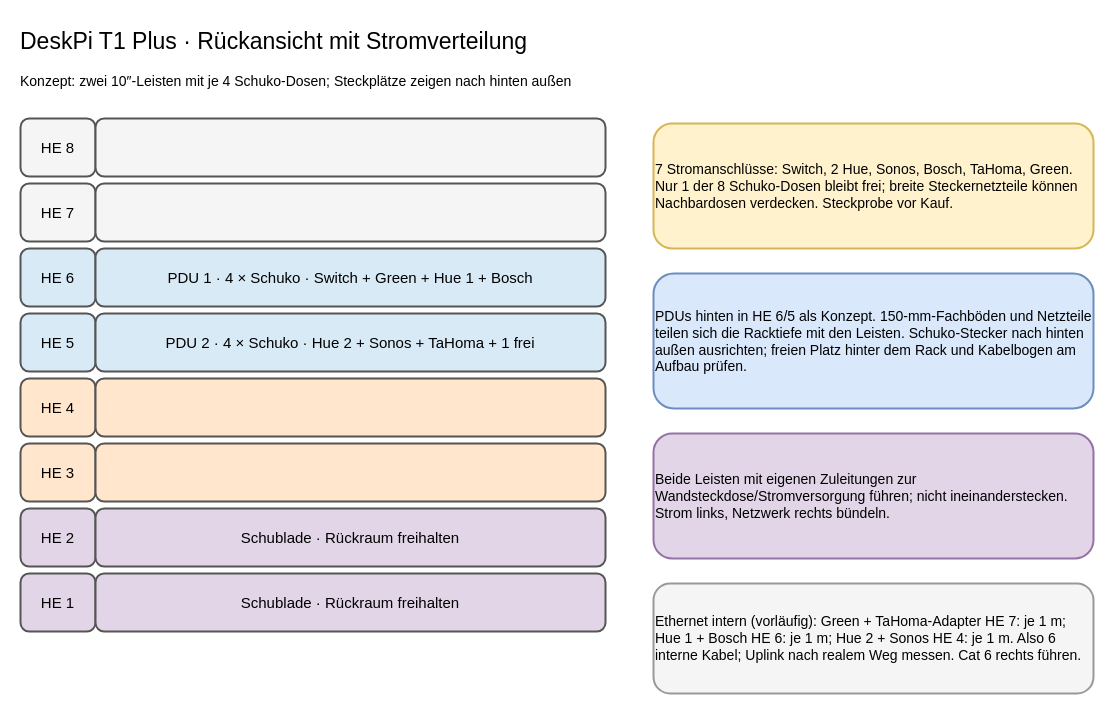
Above: page "DeskPi 8 HE – Rückseite" (3 of 4) of 10-zoll-rack-planung.drawio in tiptronic/diagrams (draw.io), before the change. Source tidied: cells renumbered, new cells numbered last; positions are measured from the earlier drawing's top-left corner, leaving out a move shared by most shapes. Both pictures are drawn from the tidied source at 100%, with x=0, y=0 at pixel (18, 18).
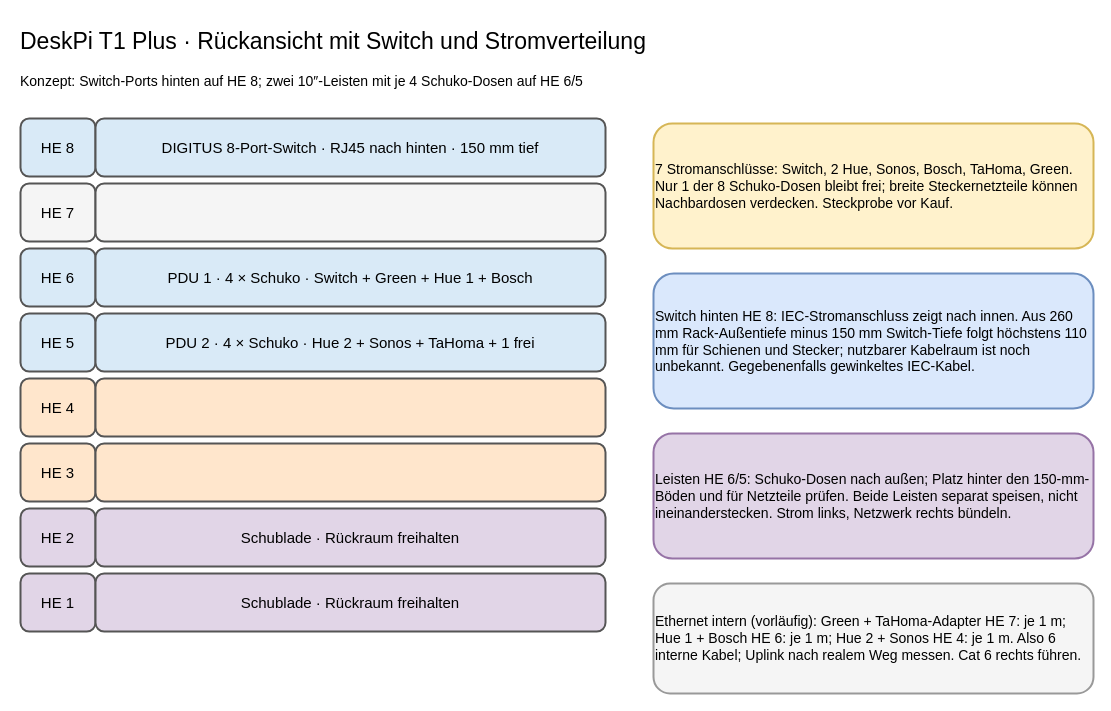
Above is the later version.

Commit message (it also covers changes not shown here):
Plan switch on rear rack rails

Change to the diagram source:
```diff
@@
-    <mxCell id="2" value="DeskPi T1 Plus · Rückansicht mit Stromverteilung" style="rounded=1;whiteSpace=wrap;html=1;align=left;verticalAlign=middle;strokeWidth=2;fontSize=23;fillColor=#ffffff;strokeColor=#ffffff;" parent="1" vertex="1">
+    <mxCell id="2" value="DeskPi T1 Plus · Rückansicht mit Switch und Stromverteilung" style="rounded=1;whiteSpace=wrap;html=1;align=left;verticalAlign=middle;strokeWidth=2;fontSize=23;fillColor=#ffffff;strokeColor=#ffffff;" parent="1" vertex="1">
       <mxGeometry width="1000" height="45" as="geometry" />
     </mxCell>
-    <mxCell id="3" value="Konzept: zwei 10″-Leisten mit je 4 Schuko-Dosen; Steckplätze zeigen nach hinten außen" style="rounded=1;whiteSpace=wrap;html=1;align=left;verticalAlign=middle;strokeWidth=2;fontSize=14;fillColor=#ffffff;strokeColor=#ffffff;" parent="1" vertex="1">
+    <mxCell id="3" value="Konzept: Switch-Ports hinten auf HE 8; zwei 10″-Leisten mit je 4 Schuko-Dosen auf HE 6/5" style="rounded=1;whiteSpace=wrap;html=1;align=left;verticalAlign=middle;strokeWidth=2;fontSize=14;fillColor=#ffffff;strokeColor=#ffffff;" parent="1" vertex="1">
       <mxGeometry y="48" width="1000" height="30" as="geometry" />
     </mxCell>
-    <mxCell id="4" value="HE 8" style="rounded=1;whiteSpace=wrap;html=1;align=center;verticalAlign=middle;strokeWidth=2;fontSize=15;fillColor=#f5f5f5;strokeColor=#555555;" parent="1" vertex="1">
+    <mxCell id="4" value="HE 8" style="rounded=1;whiteSpace=wrap;html=1;align=center;verticalAlign=middle;strokeWidth=2;fontSize=15;fillColor=#d9eaf7;strokeColor=#555555;" parent="1" vertex="1">
       <mxGeometry x="2" y="100" width="75" height="58" as="geometry" />
     </mxCell>
-    <mxCell id="5" style="rounded=1;whiteSpace=wrap;html=1;align=center;verticalAlign=middle;strokeWidth=2;fontSize=15;fillColor=#f5f5f5;strokeColor=#555555;" parent="1" vertex="1">
+    <mxCell id="5" value="DIGITUS 8-Port-Switch · RJ45 nach hinten · 150 mm tief" style="rounded=1;whiteSpace=wrap;html=1;align=center;verticalAlign=middle;strokeWidth=2;fontSize=15;fillColor=#d9eaf7;strokeColor=#555555;" parent="1" vertex="1">
       <mxGeometry x="77" y="100" width="510" height="58" as="geometry" />
     </mxCell>
@@
-    <mxCell id="21" value="PDUs hinten in HE 6/5 als Konzept. 150-mm-Fachböden und Netzteile teilen sich die Racktiefe mit den Leisten. Schuko-Stecker nach hinten außen ausrichten; freien Platz hinter dem Rack und Kabelbogen am Aufbau prüfen." style="rounded=1;whiteSpace=wrap;html=1;align=left;verticalAlign=middle;strokeWidth=2;fontSize=14;fillColor=#dae8fc;strokeColor=#6c8ebf;" parent="1" vertex="1">
+    <mxCell id="21" value="Switch hinten HE 8: IEC-Stromanschluss zeigt nach innen. Aus 260 mm Rack-Außentiefe minus 150 mm Switch-Tiefe folgt höchstens 110 mm für Schienen und Stecker; nutzbarer Kabelraum ist noch unbekannt. Gegebenenfalls gewinkeltes IEC-Kabel." style="rounded=1;whiteSpace=wrap;html=1;align=left;verticalAlign=middle;strokeWidth=2;fontSize=14;fillColor=#dae8fc;strokeColor=#6c8ebf;" parent="1" vertex="1">
       <mxGeometry x="635" y="255" width="440" height="135" as="geometry" />
     </mxCell>
-    <mxCell id="22" value="Beide Leisten mit eigenen Zuleitungen zur Wandsteckdose/Stromversorgung führen; nicht ineinanderstecken. Strom links, Netzwerk rechts bündeln." style="rounded=1;whiteSpace=wrap;html=1;align=left;verticalAlign=middle;strokeWidth=2;fontSize=14;fillColor=#e1d5e7;strokeColor=#9673a6;" parent="1" vertex="1">
+    <mxCell id="22" value="Leisten HE 6/5: Schuko-Dosen nach außen; Platz hinter den 150-mm-Böden und für Netzteile prüfen. Beide Leisten separat speisen, nicht ineinanderstecken. Strom links, Netzwerk rechts bündeln." style="rounded=1;whiteSpace=wrap;html=1;align=left;verticalAlign=middle;strokeWidth=2;fontSize=14;fillColor=#e1d5e7;strokeColor=#9673a6;" parent="1" vertex="1">
       <mxGeometry x="635" y="415" width="440" height="125" as="geometry" />
     </mxCell>
```
